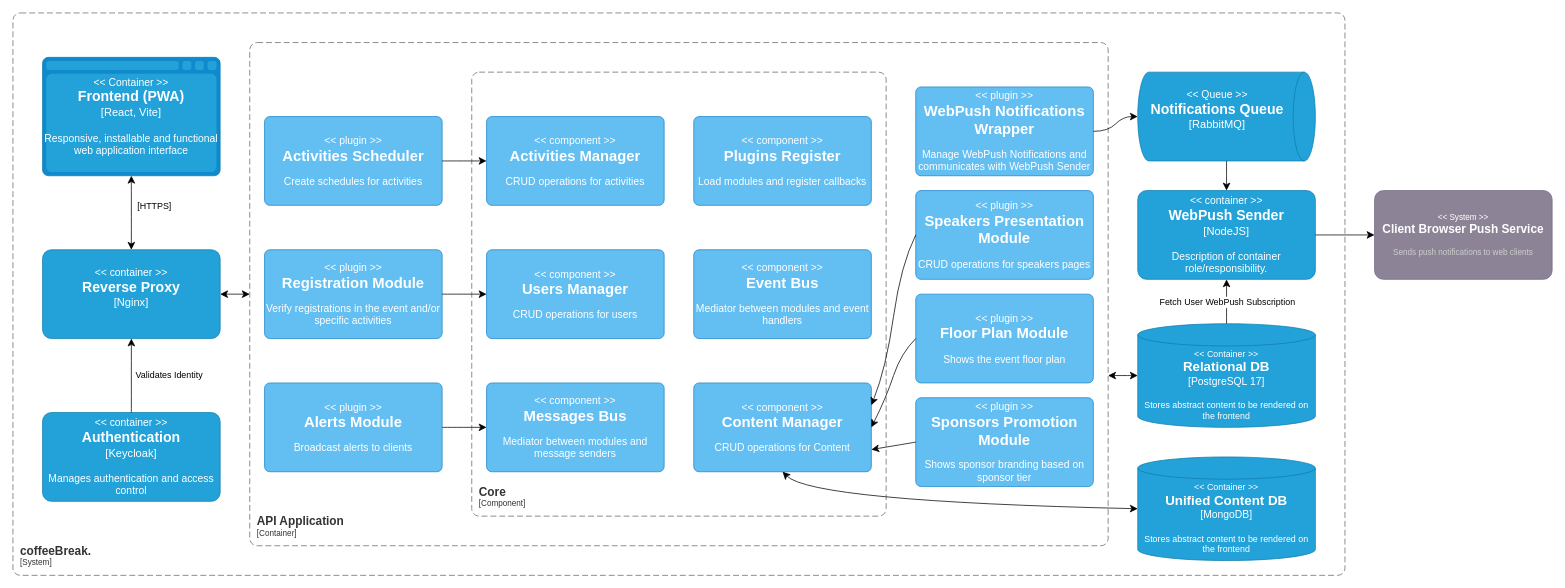
Above: page "ComponentsDiagramC4" (6 of 15) of coffeeBreak.drawio in PI-coffeeBreak/diagrams (draw.io), before the change. Source tidied: cells renumbered, new cells numbered last; positions are measured from the earlier drawing's top-left corner, leaving out a move shared by most shapes. Both pictures are drawn from the tidied source at 74%, with x=0, y=0 at pixel (13, 13).
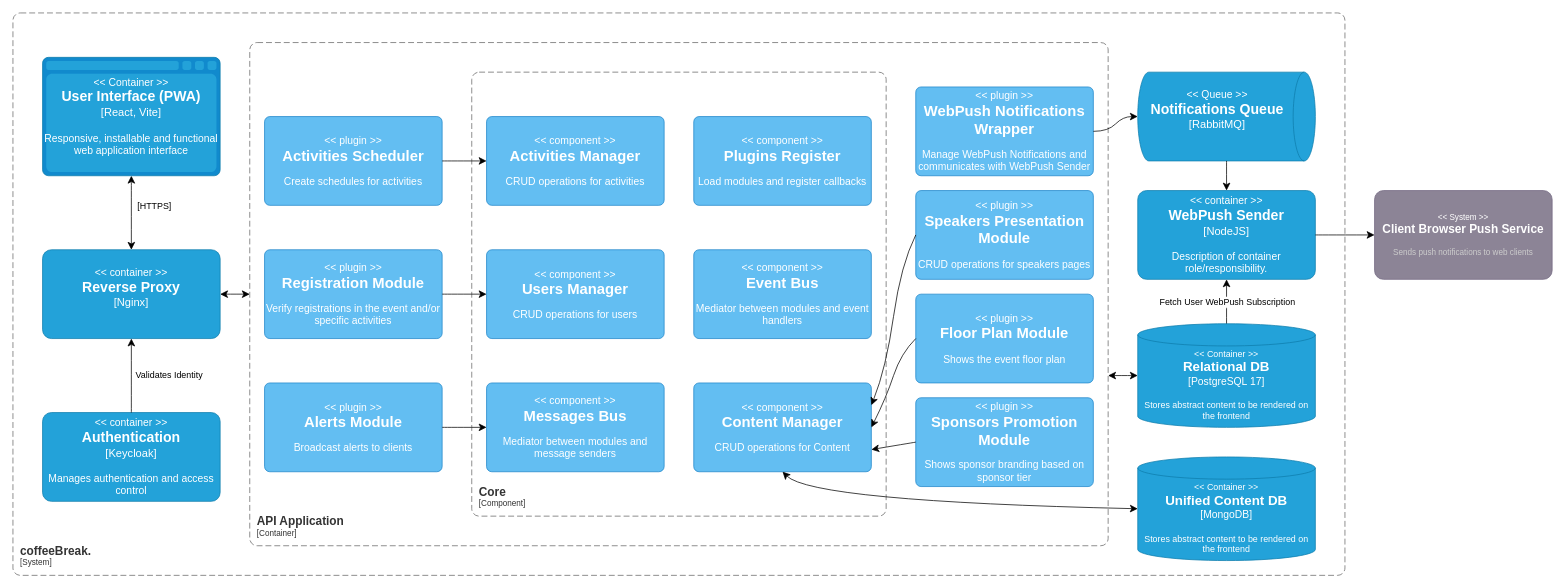
The same diagram, later.

What changed in the source:
```diff
@@
-    <object id="43" label="&lt;font style=&quot;font-size: 14px&quot;&gt;&lt;div&gt;&lt;&lt; %c4Type% &gt;&gt;&lt;/div&gt;&lt;/font&gt;&lt;font style=&quot;font-size: 19px&quot;&gt;&lt;/div&gt;&lt;b&gt;%c4Name%&lt;/b&gt;&lt;/font&gt;&#10;&lt;font style=&quot;font-size: 15px&quot;&gt;&lt;div&gt;[%c4Technology%]&lt;/div&gt;&lt;/font&gt;&lt;br&gt;&lt;div&gt;&lt;font style=&quot;font-size: 14px&quot;&gt;%c4Description%&lt;/font&gt;&lt;/div&gt;" c4Description="Responsive, installable and functional web application interface" c4Name="Frontend (PWA)" c4Technology="React, Vite" c4Type="Container" placeholders="1">
+    <object id="43" label="&lt;font style=&quot;font-size: 14px&quot;&gt;&lt;div&gt;&lt;&lt; %c4Type% &gt;&gt;&lt;/div&gt;&lt;/font&gt;&lt;font style=&quot;font-size: 19px&quot;&gt;&lt;/div&gt;&lt;b&gt;%c4Name%&lt;/b&gt;&lt;/font&gt;&#10;&lt;font style=&quot;font-size: 15px&quot;&gt;&lt;div&gt;[%c4Technology%]&lt;/div&gt;&lt;/font&gt;&lt;br&gt;&lt;div&gt;&lt;font style=&quot;font-size: 14px&quot;&gt;%c4Description%&lt;/font&gt;&lt;/div&gt;" c4Description="Responsive, installable and functional web application interface" c4Name="User Interface (PWA)" c4Technology="React, Vite" c4Type="Container" placeholders="1">
       <mxCell style="shape=mxgraph.c4.webBrowserContainer2;whiteSpace=wrap;html=1;boundedLbl=1;rounded=0;labelBackgroundColor=none;strokeColor=#118ACD;fillColor=#23A2D9;strokeColor=#118ACD;strokeColor2=#0E7DAD;fontSize=12;fontColor=#ffffff;align=center;" parent="1" vertex="1">
         <mxGeometry x="40" y="60" width="240" height="160" as="geometry" />
       </mxCell>
     </object>
```
